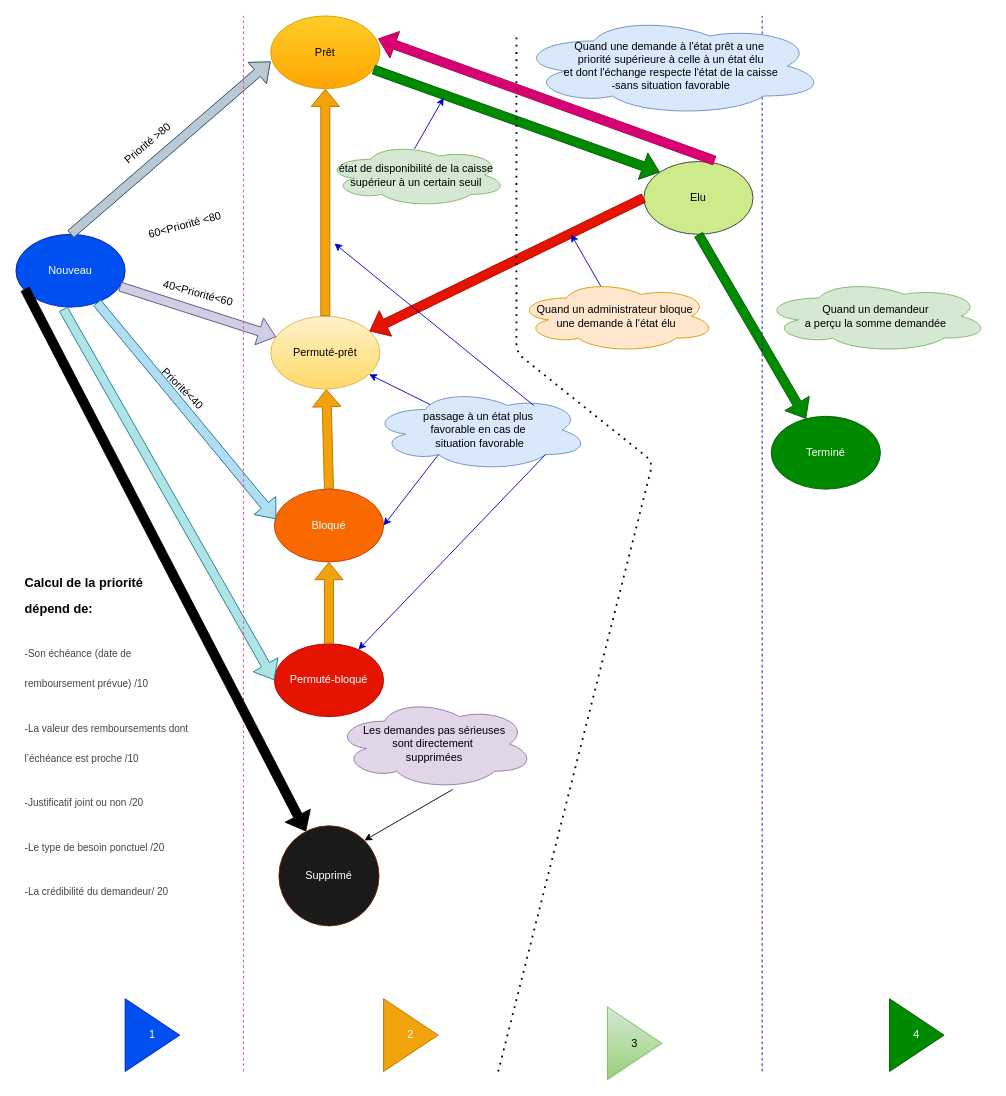
The draw.io diagram Untitled Diagram.drawio in ambou-97/Sutura, before the edit. Source tidied: cells renumbered, new cells numbered last; positions are measured from the earlier drawing's top-left corner, leaving out a move shared by most shapes. Both pictures are drawn from the tidied source at 91%, with x=0, y=0 at pixel (15, 15).
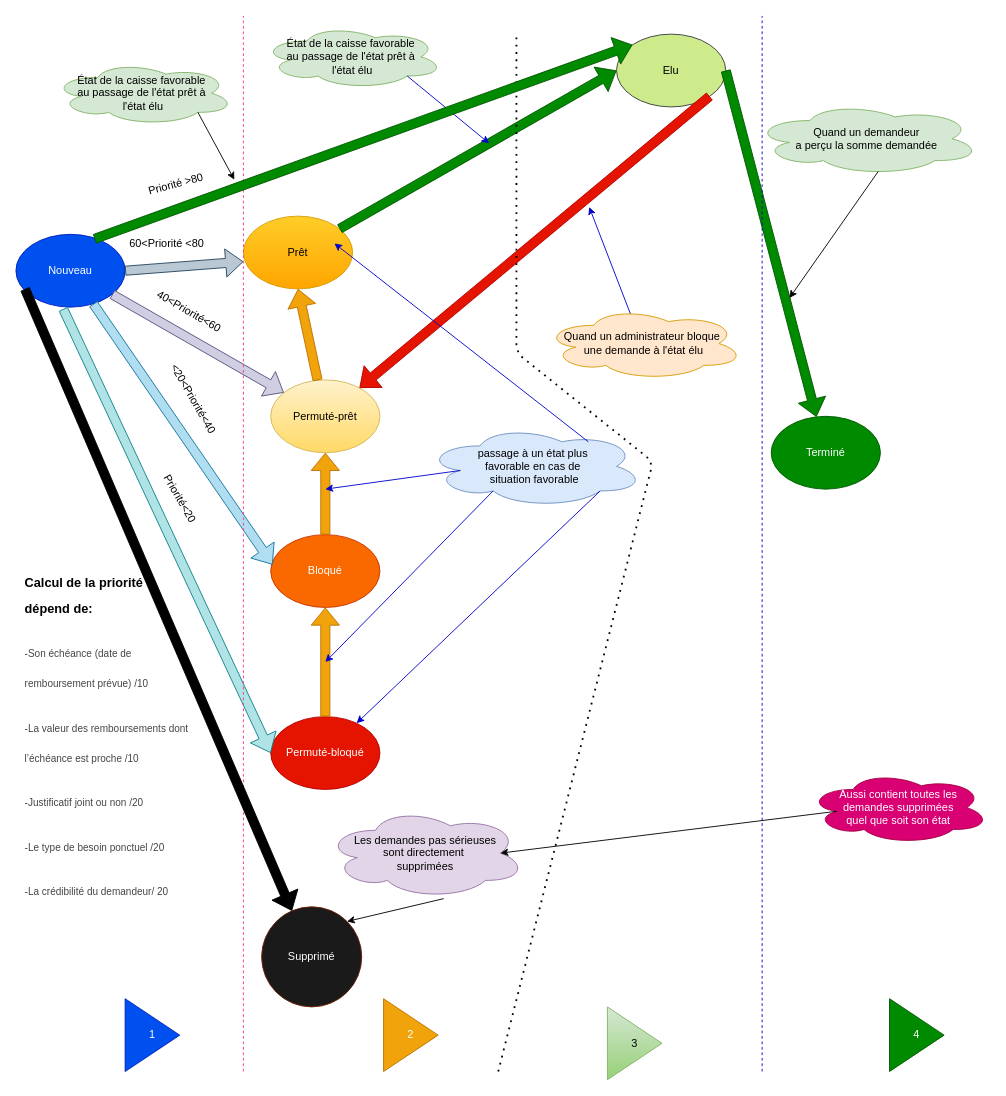
After the change.

The change refers to these unchanged cells:
```xml
<mxCell id="2" value="Nouveau" style="ellipse;whiteSpace=wrap;html=1;fillColor=#0050ef;strokeColor=#001DBC;fontColor=#ffffff;" parent="1" vertex="1">
  <mxGeometry y="240" width="120" height="80" as="geometry" />
</mxCell>
<mxCell id="8" value="Terminé" style="ellipse;whiteSpace=wrap;html=1;fillColor=#008a00;strokeColor=#005700;fontColor=#ffffff;" parent="1" vertex="1">
  <mxGeometry x="830" y="440" width="120" height="80" as="geometry" />
</mxCell>
```

Change to the diagram source:
```diff
@@
     <mxCell id="3" value="Prêt" style="ellipse;whiteSpace=wrap;html=1;gradientColor=#ffa500;fillColor=#ffcd28;strokeColor=#d79b00;" parent="1" vertex="1">
-      <mxGeometry x="280" width="120" height="80" as="geometry" />
+      <mxGeometry x="250" y="220" width="120" height="80" as="geometry" />
     </mxCell>
     <mxCell id="4" value="Bloqué" style="ellipse;whiteSpace=wrap;html=1;fillColor=#fa6800;strokeColor=#C73500;fontColor=#ffffff;" parent="1" vertex="1">
-      <mxGeometry x="284" y="520" width="120" height="80" as="geometry" />
+      <mxGeometry x="280" y="570" width="120" height="80" as="geometry" />
     </mxCell>
     <mxCell id="5" value="Permuté-bloqué" style="ellipse;whiteSpace=wrap;html=1;fillColor=#e51400;strokeColor=#B20000;fontColor=#ffffff;" parent="1" vertex="1">
-      <mxGeometry x="284" y="690" width="120" height="80" as="geometry" />
+      <mxGeometry x="280" y="770" width="120" height="80" as="geometry" />
     </mxCell>
     <mxCell id="6" value="Permuté-prêt" style="ellipse;whiteSpace=wrap;html=1;gradientColor=#ffd966;fillColor=#fff2cc;strokeColor=#d6b656;" parent="1" vertex="1">
-      <mxGeometry x="280" y="330" width="120" height="80" as="geometry" />
+      <mxGeometry x="280" y="400" width="120" height="80" as="geometry" />
     </mxCell>
     <mxCell id="7" value="Elu" style="ellipse;whiteSpace=wrap;html=1;fillColor=#cdeb8b;strokeColor=#36393d;" parent="1" vertex="1">
-      <mxGeometry x="690" y="160" width="120" height="80" as="geometry" />
+      <mxGeometry x="660" y="20" width="120" height="80" as="geometry" />
     </mxCell>
@@
-    <mxCell id="9" style="shape=flexArrow;endArrow=classic;html=1;entryX=0;entryY=0.625;entryDx=0;entryDy=0;entryPerimeter=0;exitX=0.5;exitY=0;exitDx=0;exitDy=0;fillColor=#bac8d3;strokeColor=#23445d;" parent="1" edge="1" source="2" target="3">
+    <mxCell id="9" style="shape=flexArrow;endArrow=classic;html=1;entryX=0;entryY=0.625;entryDx=0;entryDy=0;entryPerimeter=0;exitX=1;exitY=0.5;exitDx=0;exitDy=0;fillColor=#bac8d3;strokeColor=#23445d;" parent="1" edge="1" source="2" target="3">
       <mxGeometry relative="1" as="geometry" />
     </mxCell>
@@
-    <mxCell id="16" style="shape=flexArrow;endArrow=classic;html=1;exitX=0;exitY=0.5;exitDx=0;exitDy=0;fillColor=#e51400;strokeColor=#B20000;" parent="1" edge="1" source="7" target="6">
+    <mxCell id="16" style="shape=flexArrow;endArrow=classic;html=1;exitX=1;exitY=1;exitDx=0;exitDy=0;fillColor=#e51400;strokeColor=#B20000;" parent="1" edge="1" source="7" target="6">
       <mxGeometry relative="1" as="geometry" />
     </mxCell>
-    <mxCell id="17" style="shape=flexArrow;endArrow=classic;html=1;entryX=0;entryY=0;entryDx=0;entryDy=0;fillColor=#008a00;strokeColor=#005700;" parent="1" edge="1" source="3" target="7">
+    <mxCell id="17" style="shape=flexArrow;endArrow=classic;html=1;entryX=0;entryY=0.5;entryDx=0;entryDy=0;fillColor=#008a00;strokeColor=#005700;" parent="1" edge="1" source="3" target="7">
       <mxGeometry relative="1" as="geometry" />
     </mxCell>
-    <mxCell id="18" style="shape=flexArrow;endArrow=classic;html=1;entryX=0.983;entryY=0.313;entryDx=0;entryDy=0;entryPerimeter=0;exitX=0.65;exitY=-0.012;exitDx=0;exitDy=0;exitPerimeter=0;fillColor=#d80073;strokeColor=#A50040;" parent="1" edge="1" source="7" target="3">
-      <mxGeometry relative="1" as="geometry" />
-    </mxCell>
-    <mxCell id="19" style="shape=flexArrow;endArrow=classic;html=1;exitX=0.5;exitY=1;exitDx=0;exitDy=0;fillColor=#008a00;strokeColor=#005700;" parent="1" edge="1" source="7" target="8">
+    <mxCell id="19" style="shape=flexArrow;endArrow=classic;html=1;exitX=1;exitY=0.5;exitDx=0;exitDy=0;fillColor=#008a00;strokeColor=#005700;" parent="1" edge="1" source="7" target="8">
       <mxGeometry relative="1" as="geometry" />
     </mxCell>
-    <mxCell id="20" value="Priorité &amp;gt;80" style="text;html=1;strokeColor=none;fillColor=none;align=center;verticalAlign=middle;whiteSpace=wrap;rounded=0;rotation=-40;" parent="1" vertex="1">
-      <mxGeometry x="95.3" y="130" width="100" height="20" as="geometry" />
+    <mxCell id="20" value="Priorité &amp;gt;80" style="text;html=1;strokeColor=none;fillColor=none;align=center;verticalAlign=middle;whiteSpace=wrap;rounded=0;rotation=-15;" parent="1" vertex="1">
+      <mxGeometry x="126" y="175" width="100" height="20" as="geometry" />
     </mxCell>
-    <mxCell id="21" value="60&amp;lt;Priorité &amp;lt;80" style="text;html=1;strokeColor=none;fillColor=none;align=center;verticalAlign=middle;whiteSpace=wrap;rounded=0;rotation=-15;" parent="1" vertex="1">
-      <mxGeometry x="126" y="220" width="120.3" height="20" as="geometry" />
+    <mxCell id="21" value="60&amp;lt;Priorité &amp;lt;80" style="text;html=1;strokeColor=none;fillColor=none;align=center;verticalAlign=middle;whiteSpace=wrap;rounded=0;rotation=0;" parent="1" vertex="1">
+      <mxGeometry x="105.7" y="240" width="120.3" height="20" as="geometry" />
     </mxCell>
-    <mxCell id="22" value="40&amp;lt;Priorité&amp;lt;60" style="text;html=1;strokeColor=none;fillColor=none;align=center;verticalAlign=middle;whiteSpace=wrap;rounded=0;rotation=15;" parent="1" vertex="1">
-      <mxGeometry x="160" y="290" width="81" height="30" as="geometry" />
+    <mxCell id="22" value="40&amp;lt;Priorité&amp;lt;60" style="text;html=1;strokeColor=none;fillColor=none;align=center;verticalAlign=middle;whiteSpace=wrap;rounded=0;rotation=30;" parent="1" vertex="1">
+      <mxGeometry x="150" y="310" width="81" height="30" as="geometry" />
     </mxCell>
-    <mxCell id="23" value="Priorité&amp;lt;40" style="text;html=1;strokeColor=none;fillColor=none;align=center;verticalAlign=middle;whiteSpace=wrap;rounded=0;rotation=45;" parent="1" vertex="1">
-      <mxGeometry x="126" y="400" width="115" height="20" as="geometry" />
+    <mxCell id="23" value="&amp;lt;20&amp;lt;Priorité&amp;lt;40" style="text;html=1;strokeColor=none;fillColor=none;align=center;verticalAlign=middle;whiteSpace=wrap;rounded=0;rotation=60;" parent="1" vertex="1">
+      <mxGeometry x="140.6" y="400" width="109.4" height="41.5" as="geometry" />
     </mxCell>
@@
     <mxCell id="28" style="endArrow=classic;html=1;strokeColor=#0000CC;fillColor=#FF2146;exitX=0.455;exitY=0.25;exitDx=0;exitDy=0;exitPerimeter=0;" parent="1" edge="1" source="29">
       <mxGeometry relative="1" as="geometry">
-        <mxPoint x="610" y="240" as="targetPoint" />
+        <mxPoint x="630" y="210" as="targetPoint" />
       </mxGeometry>
     </mxCell>
     <mxCell id="29" value="Quand un administrateur bloque&amp;nbsp;&lt;br&gt;une demande à l'état élu" style="ellipse;shape=cloud;whiteSpace=wrap;html=1;fillColor=#ffe6cc;strokeColor=#d79b00;" parent="1" vertex="1">
-      <mxGeometry x="550" y="290" width="220" height="80" as="geometry" />
+      <mxGeometry x="580" y="320" width="220" height="80" as="geometry" />
     </mxCell>
     <mxCell id="30" value="Quand un demandeur&lt;br&gt;a perçu la somme demandée" style="ellipse;shape=cloud;whiteSpace=wrap;html=1;fillColor=#d5e8d4;strokeColor=#82b366;" parent="1" vertex="1">
-      <mxGeometry x="820" y="290" width="250" height="80" as="geometry" />
+      <mxGeometry x="810" y="95" width="250" height="80" as="geometry" />
     </mxCell>
-    <mxCell id="31" value="Quand une demande à l'état prêt a une&amp;nbsp;&lt;br&gt;priorité supérieure à celle à un état élu&lt;br&gt;et dont l'échange respecte l'état de la caisse&lt;br&gt;-sans situation favorable" style="ellipse;shape=cloud;whiteSpace=wrap;html=1;fillColor=#dae8fc;strokeColor=#6c8ebf;" parent="1" vertex="1">
-      <mxGeometry x="550" width="340" height="110" as="geometry" />
-    </mxCell>
-    <mxCell id="32" value="état de disponibilité de la caisse supérieur à un certain seuil" style="ellipse;shape=cloud;whiteSpace=wrap;html=1;fillColor=#d5e8d4;strokeColor=#82b366;" parent="1" vertex="1">
-      <mxGeometry x="340" y="140" width="200" height="70" as="geometry" />
+    <mxCell id="32" value="État de la caisse favorable&amp;nbsp;&lt;br&gt;au passage de l'état prêt à&amp;nbsp;&lt;br&gt;l'état élu" style="ellipse;shape=cloud;whiteSpace=wrap;html=1;fillColor=#d5e8d4;strokeColor=#82b366;" parent="1" vertex="1">
+      <mxGeometry x="270" y="10" width="200" height="70" as="geometry" />
     </mxCell>
-    <mxCell id="33" style="endArrow=classic;html=1;strokeColor=#0000CC;fillColor=#FF2146;exitX=0.49;exitY=0.086;exitDx=0;exitDy=0;exitPerimeter=0;" parent="1" edge="1" source="32">
+    <mxCell id="33" style="endArrow=classic;html=1;strokeColor=#0000CC;fillColor=#FF2146;exitX=0.8;exitY=0.8;exitDx=0;exitDy=0;exitPerimeter=0;" parent="1" edge="1" source="32">
       <mxGeometry relative="1" as="geometry">
-        <mxPoint x="470" y="90" as="targetPoint" />
+        <mxPoint x="520" y="140" as="targetPoint" />
       </mxGeometry>
     </mxCell>
     <mxCell id="34" value="passage à un état plus&amp;nbsp;&lt;br&gt;favorable en cas de&amp;nbsp;&lt;br&gt;situation favorable" style="ellipse;shape=cloud;whiteSpace=wrap;html=1;fillColor=#dae8fc;strokeColor=#6c8ebf;" parent="1" vertex="1">
-      <mxGeometry x="390" y="410" width="240" height="90" as="geometry" />
+      <mxGeometry x="450" y="450" width="240" height="90" as="geometry" />
     </mxCell>
@@
-    <mxCell id="36" style="endArrow=classic;html=1;strokeColor=#0000CC;fillColor=#FF2146;exitX=0.271;exitY=0.189;exitDx=0;exitDy=0;exitPerimeter=0;" parent="1" edge="1" source="34" target="6">
-      <mxGeometry relative="1" as="geometry" />
+    <mxCell id="36" style="endArrow=classic;html=1;strokeColor=#0000CC;fillColor=#FF2146;exitX=0.16;exitY=0.55;exitDx=0;exitDy=0;exitPerimeter=0;" parent="1" edge="1" source="34">
+      <mxGeometry relative="1" as="geometry">
+        <mxPoint x="340" y="520" as="targetPoint" />
+      </mxGeometry>
     </mxCell>
-    <mxCell id="37" style="endArrow=classic;html=1;strokeColor=#0000CC;fillColor=#FF2146;entryX=1;entryY=0.5;entryDx=0;entryDy=0;exitX=0.31;exitY=0.8;exitDx=0;exitDy=0;exitPerimeter=0;" parent="1" edge="1" source="34" target="4">
-      <mxGeometry relative="1" as="geometry" />
+    <mxCell id="37" style="endArrow=classic;html=1;strokeColor=#0000CC;fillColor=#FF2146;exitX=0.31;exitY=0.8;exitDx=0;exitDy=0;exitPerimeter=0;" parent="1" edge="1" source="34">
+      <mxGeometry relative="1" as="geometry">
+        <mxPoint x="340" y="710" as="targetPoint" />
+      </mxGeometry>
     </mxCell>
@@
     <mxCell id="43" value="Supprimé" style="ellipse;whiteSpace=wrap;html=1;strokeColor=#6D1F00;fontColor=#ffffff;fillColor=#1A1A1A;" parent="1" vertex="1">
-      <mxGeometry x="289" y="890" width="110" height="110" as="geometry" />
+      <mxGeometry x="270" y="979" width="110" height="110" as="geometry" />
     </mxCell>
@@
     <mxCell id="45" value="Les demandes pas sérieuses&lt;br&gt;sont directement&amp;nbsp;&lt;br&gt;supprimées" style="ellipse;shape=cloud;whiteSpace=wrap;html=1;fillColor=#e1d5e7;strokeColor=#9673a6;" parent="1" vertex="1">
-      <mxGeometry x="350" y="750" width="220" height="100" as="geometry" />
+      <mxGeometry x="340" y="870" width="220" height="100" as="geometry" />
     </mxCell>
@@
+    <mxCell id="47" style="shape=flexArrow;endArrow=classic;html=1;entryX=0;entryY=0;entryDx=0;entryDy=0;exitX=0.719;exitY=0.063;exitDx=0;exitDy=0;exitPerimeter=0;fillColor=#008a00;strokeColor=#005700;" parent="1" edge="1" source="2" target="7">
+      <mxGeometry relative="1" as="geometry" />
+    </mxCell>
+    <mxCell id="48" value="Priorité&amp;lt;20" style="text;html=1;strokeColor=none;fillColor=none;align=center;verticalAlign=middle;whiteSpace=wrap;rounded=0;rotation=60;" parent="1" vertex="1">
+      <mxGeometry x="126" y="510" width="109.4" height="41.5" as="geometry" />
+    </mxCell>
+    <mxCell id="49" value="État de la caisse favorable&amp;nbsp;&lt;br&gt;au passage de l'état prêt à&amp;nbsp;&lt;br&gt;l'état élu" style="ellipse;shape=cloud;whiteSpace=wrap;html=1;fillColor=#d5e8d4;strokeColor=#82b366;" parent="1" vertex="1">
+      <mxGeometry x="40" y="50" width="200" height="70" as="geometry" />
+    </mxCell>
+    <mxCell id="50" style="endArrow=classic;html=1;exitX=0.8;exitY=0.8;exitDx=0;exitDy=0;exitPerimeter=0;" parent="1" edge="1" source="49">
+      <mxGeometry relative="1" as="geometry">
+        <mxPoint x="240" y="180" as="targetPoint" />
+      </mxGeometry>
+    </mxCell>
+    <mxCell id="51" value="Aussi contient toutes les&lt;br&gt;demandes supprimées&lt;br&gt;quel que soit son état" style="ellipse;shape=cloud;whiteSpace=wrap;html=1;fillColor=#d80073;strokeColor=#A50040;fontColor=#ffffff;" parent="1" vertex="1">
+      <mxGeometry x="870" y="830" width="200" height="80" as="geometry" />
+    </mxCell>
+    <mxCell id="52" style="endArrow=classic;html=1;entryX=0.875;entryY=0.5;entryDx=0;entryDy=0;exitX=0.16;exitY=0.55;exitDx=0;exitDy=0;exitPerimeter=0;entryPerimeter=0;" parent="1" edge="1" source="51" target="45">
+      <mxGeometry relative="1" as="geometry" />
+    </mxCell>
+    <mxCell id="53" style="endArrow=classic;html=1;exitX=0.55;exitY=0.95;exitDx=0;exitDy=0;exitPerimeter=0;" parent="1" edge="1" source="30">
+      <mxGeometry relative="1" as="geometry">
+        <mxPoint x="850" y="310" as="targetPoint" />
+      </mxGeometry>
+    </mxCell>
```
